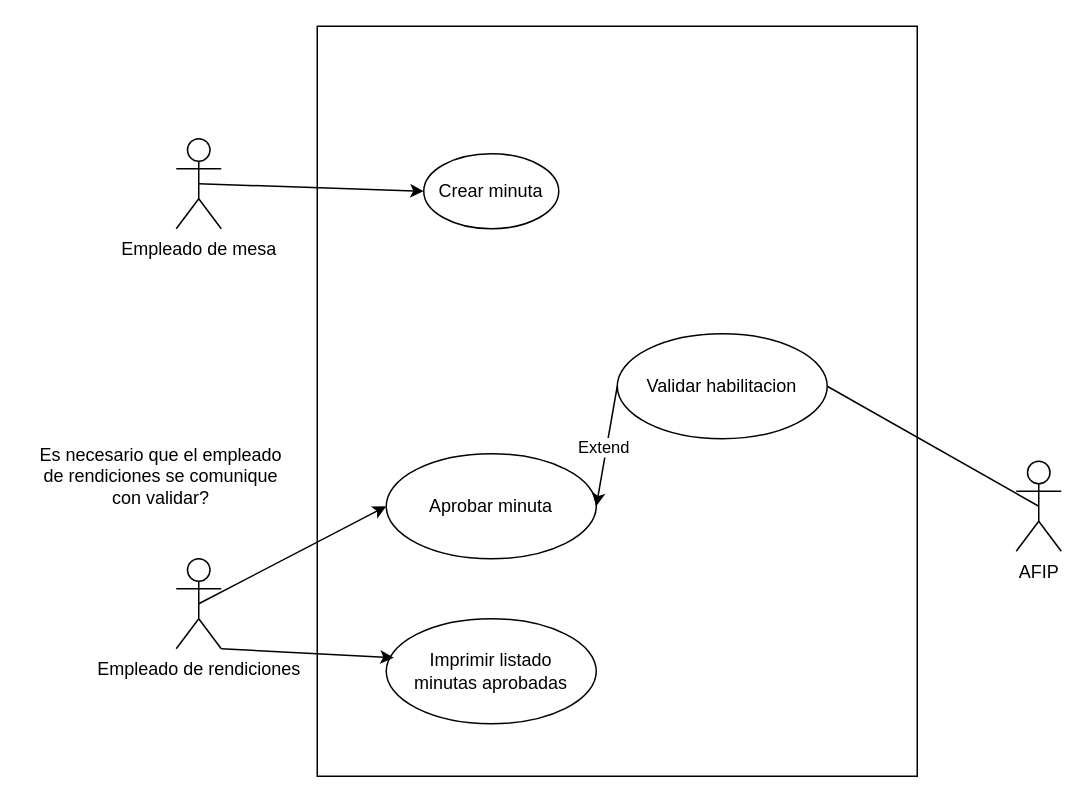
This is Ejercicio3- Contratos/Contratos.drawio from Fefo7/Inge1, a draw.io file, before an edit. Source tidied: cells renumbered, new cells numbered last; positions are measured from the earlier drawing's top-left corner, leaving out a move shared by most shapes. Both pictures are drawn from the tidied source at 150%, with x=0, y=0 at pixel (26, 26).
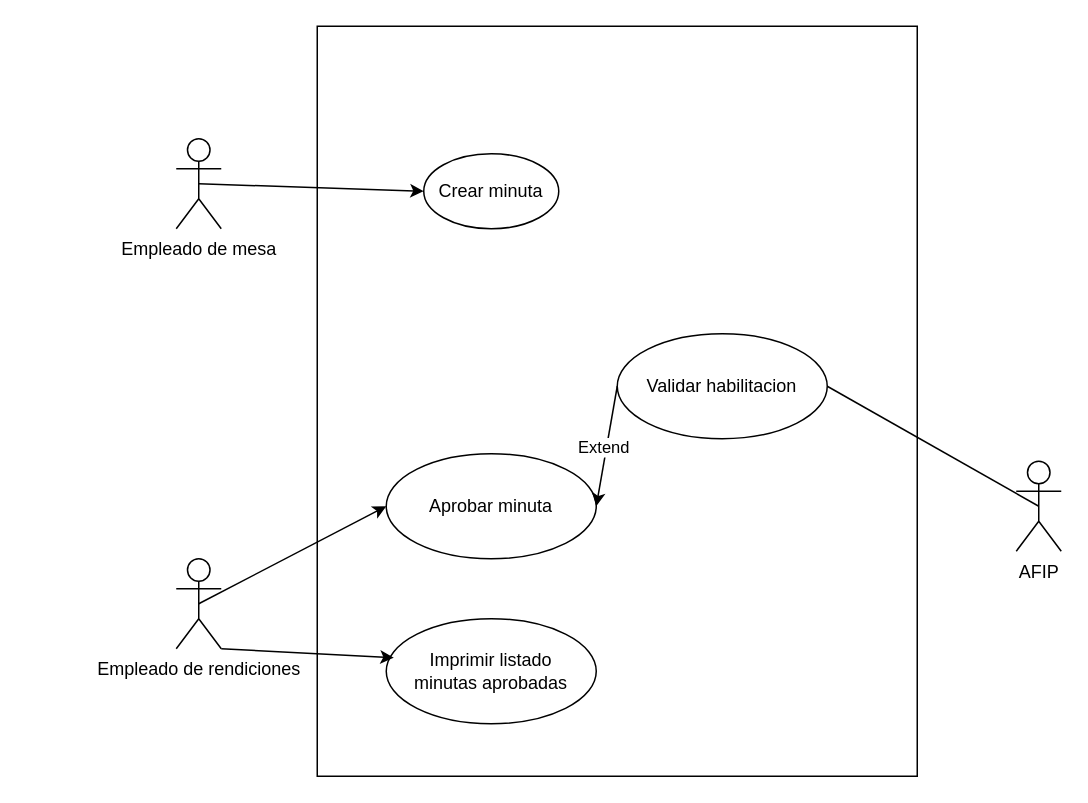
Above is the later version.

Change to the diagram source:
```diff
@@
 <mxGraphModel>
   <root>
     <mxCell id="0" />
     <mxCell id="1" parent="0" />
     <mxCell id="2" style="rounded=0;whiteSpace=wrap;html=1;" parent="1" vertex="1">
       <mxGeometry x="194" width="400" height="500" as="geometry" />
     </mxCell>
     <mxCell id="3" style="rounded=0;jettySize=auto;html=1;exitX=0.5;exitY=0.5;exitDx=0;exitDy=0;exitPerimeter=0;entryX=0;entryY=0.5;entryDx=0;entryDy=0;" parent="1" edge="1" source="4" target="12">
       <mxGeometry relative="1" as="geometry" />
     </mxCell>
     <mxCell id="4" value="Empleado de mesa" style="shape=umlActor;verticalLabelPosition=bottom;verticalAlign=top;html=1;" parent="1" vertex="1">
       <mxGeometry x="100" y="75" width="30" height="60" as="geometry" />
     </mxCell>
     <mxCell id="5" style="edgeStyle=none;rounded=0;jettySize=auto;html=1;exitX=0.5;exitY=0.5;exitDx=0;exitDy=0;exitPerimeter=0;entryX=0;entryY=0.5;entryDx=0;entryDy=0;" parent="1" edge="1" source="6" target="8">
       <mxGeometry relative="1" as="geometry" />
     </mxCell>
     <mxCell id="6" value="Empleado de rendiciones" style="shape=umlActor;verticalLabelPosition=bottom;verticalAlign=top;html=1;" parent="1" vertex="1">
       <mxGeometry x="100" y="355" width="30" height="60" as="geometry" />
     </mxCell>
     <mxCell id="7" value="AFIP" style="shape=umlActor;verticalLabelPosition=bottom;verticalAlign=top;html=1;" parent="1" vertex="1">
       <mxGeometry x="660" y="290" width="30" height="60" as="geometry" />
     </mxCell>
     <mxCell id="8" value="Aprobar minuta" style="ellipse;whiteSpace=wrap;html=1;" parent="1" vertex="1">
       <mxGeometry x="240" y="285" width="140" height="70" as="geometry" />
     </mxCell>
     <mxCell id="9" style="edgeStyle=none;rounded=0;jettySize=auto;html=1;exitX=0;exitY=0.5;exitDx=0;exitDy=0;entryX=1;entryY=0.5;entryDx=0;entryDy=0;" parent="1" edge="1" source="11" target="8">
       <mxGeometry relative="1" as="geometry" />
     </mxCell>
     <mxCell id="10" value="Extend" style="edgeLabel;html=1;align=center;verticalAlign=middle;" parent="9" vertex="1">
       <mxGeometry x="0.01" y="-2" relative="1" as="geometry" />
     </mxCell>
     <mxCell id="11" value="Validar habilitacion" style="ellipse;whiteSpace=wrap;html=1;" parent="1" vertex="1">
       <mxGeometry x="394" y="205" width="140" height="70" as="geometry" />
     </mxCell>
     <mxCell id="12" value="Crear minuta" style="ellipse;whiteSpace=wrap;html=1;" parent="1" vertex="1">
       <mxGeometry x="265" y="85" width="90" height="50" as="geometry" />
     </mxCell>
     <mxCell id="13" value="Imprimir listado&lt;div&gt;minutas aprobadas&lt;/div&gt;" style="ellipse;whiteSpace=wrap;html=1;" parent="1" vertex="1">
       <mxGeometry x="240" y="395" width="140" height="70" as="geometry" />
     </mxCell>
     <mxCell id="14" style="edgeStyle=none;rounded=0;jettySize=auto;html=1;exitX=1;exitY=1;exitDx=0;exitDy=0;exitPerimeter=0;entryX=0.036;entryY=0.371;entryDx=0;entryDy=0;entryPerimeter=0;" parent="1" edge="1" source="6" target="13">
       <mxGeometry relative="1" as="geometry" />
     </mxCell>
     <mxCell id="15" style="endArrow=none;html=1;rounded=0;exitX=0.5;exitY=0.5;exitDx=0;exitDy=0;exitPerimeter=0;entryX=1;entryY=0.5;entryDx=0;entryDy=0;" parent="1" edge="1" source="7" target="11">
       <mxGeometry relative="1" as="geometry" />
     </mxCell>
-    <mxCell id="16" value="Es necesario que el empleado de rendiciones se comunique con validar?" style="text;html=1;align=center;verticalAlign=middle;whiteSpace=wrap;rounded=0;" parent="1" vertex="1">
-      <mxGeometry y="255" width="180" height="90" as="geometry" />
-    </mxCell>
   </root>
 </mxGraphModel>
```
